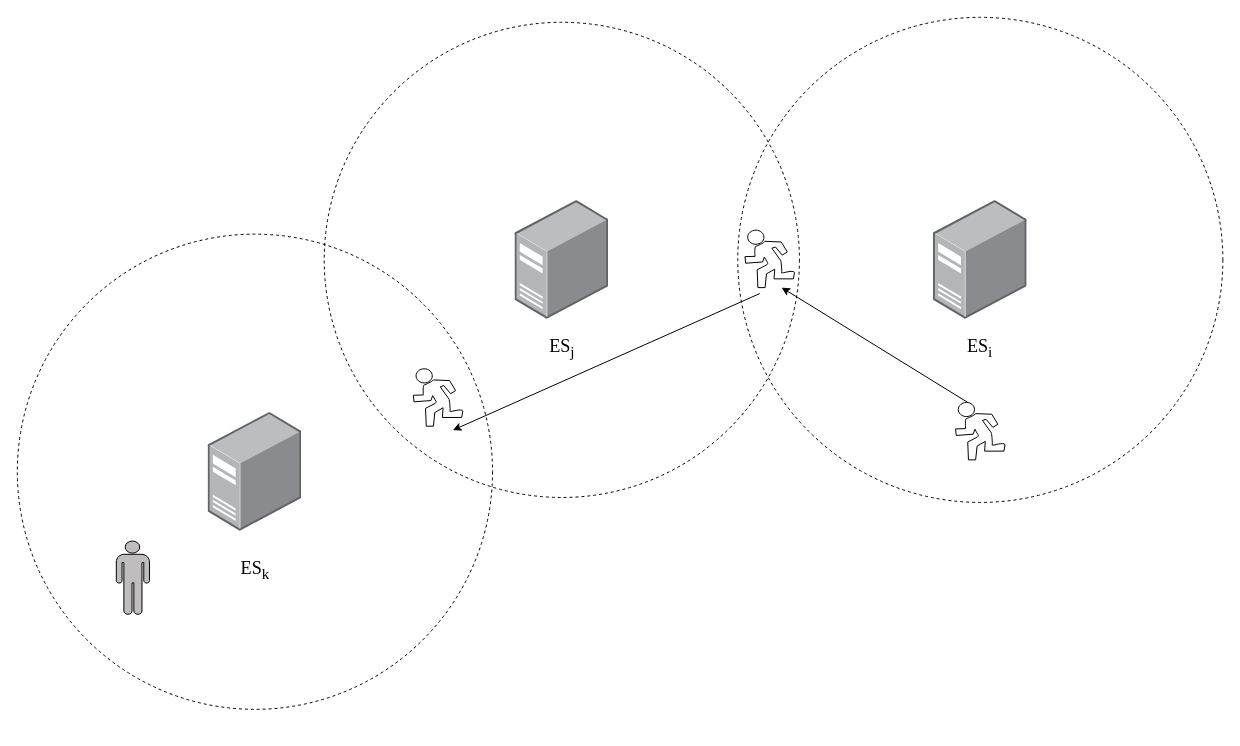
Above: Mobility.drawio in DCLe-DA/Learning-DL-by-Hand (draw.io), before the change. Source tidied: cells renumbered, new cells numbered last; positions are measured from the earlier drawing's top-left corner, leaving out a move shared by most shapes. Both pictures are drawn from the tidied source at 99%, with x=0, y=0 at pixel (17, 17).
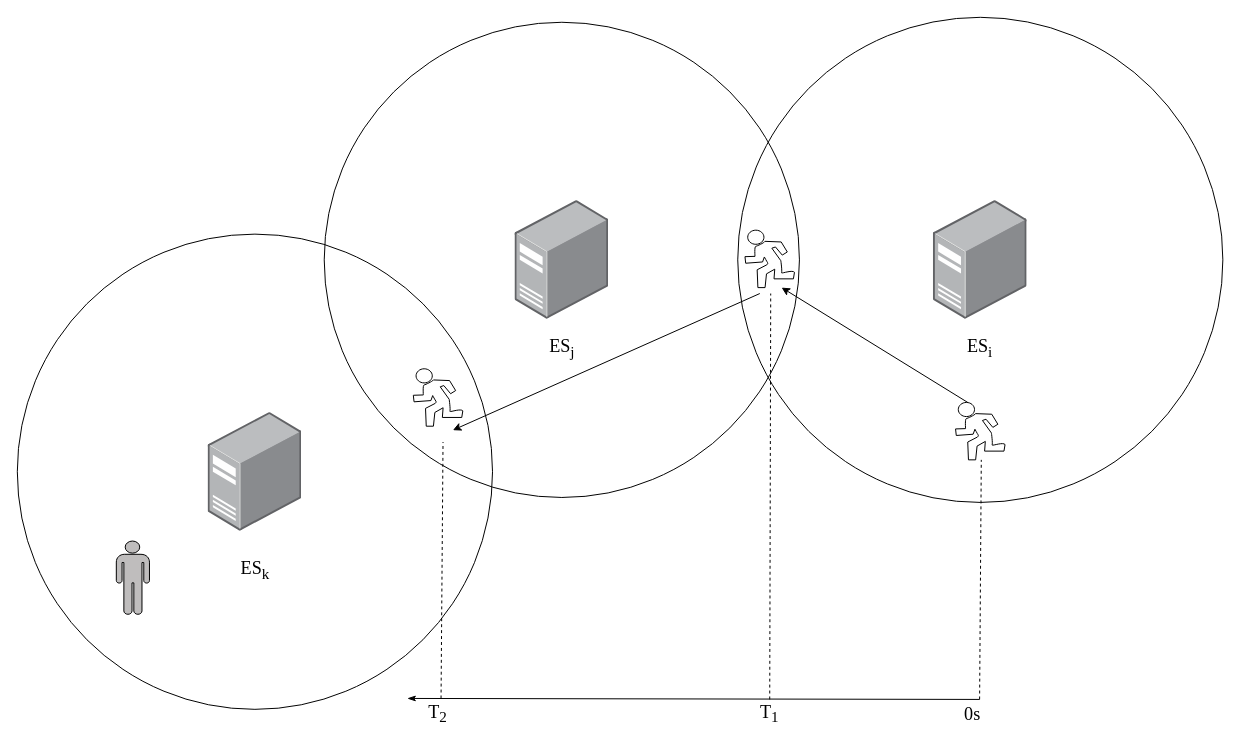
Above is the later version.

What changed in the source:
```diff
@@
-    <mxCell id="2" style="ellipse;whiteSpace=wrap;html=1;fillColor=none;dashed=1;" parent="1" vertex="1">
+    <mxCell id="2" style="ellipse;whiteSpace=wrap;html=1;fillColor=none;" parent="1" vertex="1">
       <mxGeometry y="219" width="480" height="480" as="geometry" />
     </mxCell>
-    <mxCell id="3" style="ellipse;whiteSpace=wrap;html=1;fillColor=none;dashed=1;" parent="1" vertex="1">
+    <mxCell id="3" style="ellipse;whiteSpace=wrap;html=1;fillColor=none;" parent="1" vertex="1">
       <mxGeometry x="310" y="5" width="480" height="480" as="geometry" />
     </mxCell>
-    <mxCell id="4" style="ellipse;whiteSpace=wrap;html=1;fillColor=none;dashed=1;" parent="1" vertex="1">
+    <mxCell id="4" style="ellipse;whiteSpace=wrap;html=1;fillColor=none;" parent="1" vertex="1">
       <mxGeometry x="727.7" width="490" height="490" as="geometry" />
     </mxCell>
@@
+    <mxCell id="17" style="endArrow=none;dashed=1;html=1;rounded=0;" parent="1" edge="1">
+      <mxGeometry relative="1" as="geometry">
+        <mxPoint x="428" y="688" as="sourcePoint" />
+        <mxPoint x="430" y="429" as="targetPoint" />
+      </mxGeometry>
+    </mxCell>
+    <mxCell id="18" style="endArrow=none;dashed=1;html=1;rounded=0;" parent="1" edge="1">
+      <mxGeometry relative="1" as="geometry">
+        <mxPoint x="760" y="689" as="sourcePoint" />
+        <mxPoint x="761" y="279" as="targetPoint" />
+      </mxGeometry>
+    </mxCell>
+    <mxCell id="19" style="endArrow=none;dashed=1;html=1;rounded=0;" parent="1" edge="1">
+      <mxGeometry relative="1" as="geometry">
+        <mxPoint x="972" y="689" as="sourcePoint" />
+        <mxPoint x="973.7" y="447" as="targetPoint" />
+      </mxGeometry>
+    </mxCell>
+    <mxCell id="20" style="endArrow=none;html=1;rounded=0;startArrow=classicThin;startFill=1;" parent="1" edge="1">
+      <mxGeometry relative="1" as="geometry">
+        <mxPoint x="394" y="688" as="sourcePoint" />
+        <mxPoint x="972" y="689" as="targetPoint" />
+      </mxGeometry>
+    </mxCell>
+    <mxCell id="21" value="&lt;span style=&quot;font-size: 18.3333px;&quot;&gt;0s&lt;/span&gt;" style="text;strokeColor=none;align=center;fillColor=none;html=1;verticalAlign=middle;whiteSpace=wrap;rounded=0;fontFamily=Times New Roman;" parent="1" vertex="1">
+      <mxGeometry x="940" y="689" width="50.2" height="30" as="geometry" />
+    </mxCell>
+    <mxCell id="22" value="&lt;span style=&quot;font-size: 18.3333px;&quot;&gt;T&lt;sub&gt;1&lt;/sub&gt;&lt;/span&gt;" style="text;strokeColor=none;align=center;fillColor=none;html=1;verticalAlign=middle;whiteSpace=wrap;rounded=0;fontFamily=Times New Roman;" parent="1" vertex="1">
+      <mxGeometry x="735" y="689" width="50.2" height="30" as="geometry" />
+    </mxCell>
+    <mxCell id="23" value="&lt;span style=&quot;font-size: 18.3333px;&quot;&gt;T&lt;sub&gt;2&lt;/sub&gt;&lt;/span&gt;" style="text;strokeColor=none;align=center;fillColor=none;html=1;verticalAlign=middle;whiteSpace=wrap;rounded=0;fontFamily=Times New Roman;" parent="1" vertex="1">
+      <mxGeometry x="400" y="689" width="50.2" height="30" as="geometry" />
+    </mxCell>
```
